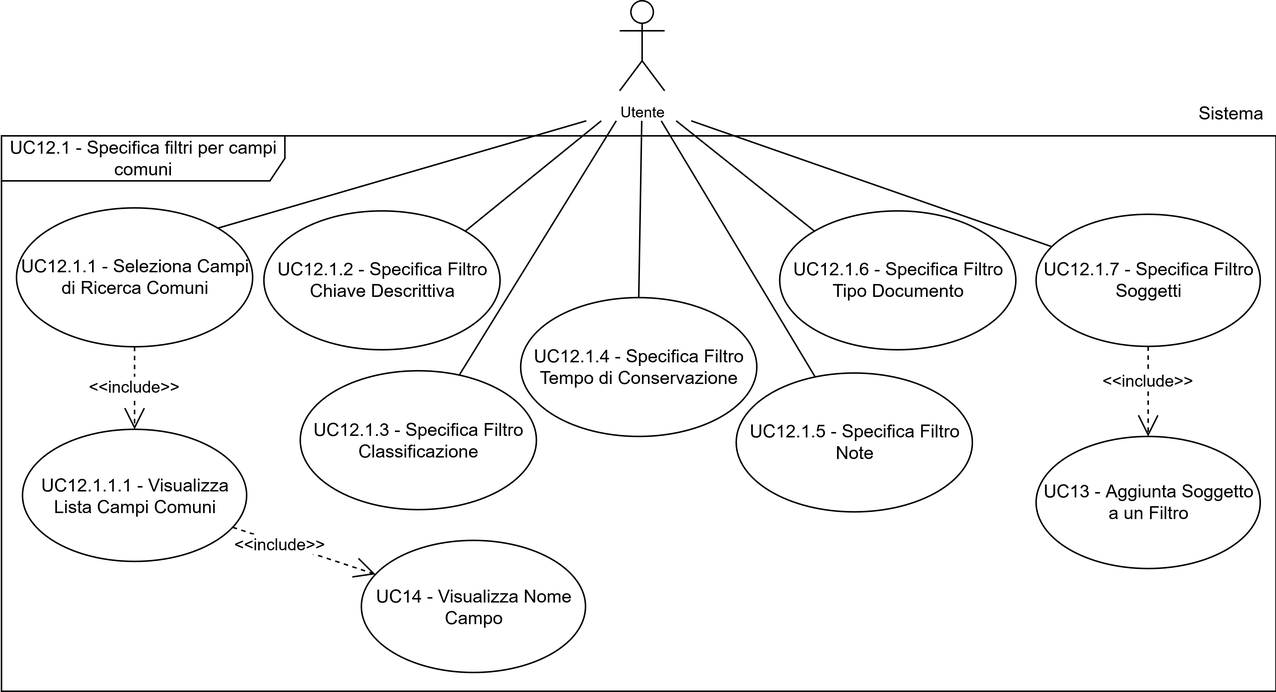
7-ZPUs/Docs keeps this draw.io diagram as assets/uml/UC12.1INC.png. Above is the earlier version. Source tidied: cells renumbered, new cells last; positions are measured from the earlier drawing's top-left corner, leaving out a move shared by most shapes. Its diagram source:
```xml
<mxGraphModel>
  <root>
    <mxCell id="0" />
    <mxCell id="1" parent="0" />
    <mxCell id="2" value="&lt;font style=&quot;font-size: 10px;&quot;&gt;Utente&lt;/font&gt;" style="shape=umlActor;verticalLabelPosition=bottom;verticalAlign=top;html=1;" parent="1" vertex="1">
      <mxGeometry x="412.8" width="30" height="60" as="geometry" />
    </mxCell>
    <mxCell id="3" value="UC12.1 - Specifica filtri per campi comuni" style="shape=umlFrame;whiteSpace=wrap;html=1;width=189;height=30;" parent="1" vertex="1">
      <mxGeometry x="0.5" y="90" width="850" height="370" as="geometry" />
    </mxCell>
    <mxCell id="4" style="rounded=0;jettySize=auto;html=1;entryX=1;entryY=0;entryDx=0;entryDy=0;strokeColor=default;endArrow=none;endFill=0;" parent="1" edge="1" target="9">
      <mxGeometry relative="1" as="geometry">
        <mxPoint x="390.5" y="80" as="sourcePoint" />
      </mxGeometry>
    </mxCell>
    <mxCell id="5" style="rounded=0;jettySize=auto;html=1;strokeColor=default;endArrow=none;endFill=0;entryX=0.669;entryY=0.043;entryDx=0;entryDy=0;entryPerimeter=0;" parent="1" edge="1" target="16">
      <mxGeometry relative="1" as="geometry">
        <mxPoint x="410.5" y="80" as="sourcePoint" />
      </mxGeometry>
    </mxCell>
    <mxCell id="6" style="rounded=0;jettySize=auto;html=1;strokeColor=default;endArrow=none;endFill=0;entryX=1;entryY=0;entryDx=0;entryDy=0;" parent="1" edge="1" target="10">
      <mxGeometry relative="1" as="geometry">
        <mxPoint x="400.5" y="80" as="sourcePoint" />
      </mxGeometry>
    </mxCell>
    <mxCell id="7" style="rounded=0;jettySize=auto;html=1;strokeColor=default;endArrow=none;endFill=0;entryX=0;entryY=0;entryDx=0;entryDy=0;" parent="1" edge="1" target="13">
      <mxGeometry relative="1" as="geometry">
        <mxPoint x="450.5" y="80" as="sourcePoint" />
      </mxGeometry>
    </mxCell>
    <mxCell id="8" style="rounded=0;jettySize=auto;html=1;strokeColor=default;endArrow=none;endFill=0;" parent="1" edge="1" target="12">
      <mxGeometry relative="1" as="geometry">
        <mxPoint x="440.5" y="80" as="sourcePoint" />
      </mxGeometry>
    </mxCell>
    <mxCell id="9" value="UC12.1.1 - Seleziona Campi di Ricerca Comuni" style="ellipse;whiteSpace=wrap;html=1;" parent="1" vertex="1">
      <mxGeometry x="10.5" y="138" width="157.5" height="92.5" as="geometry" />
    </mxCell>
    <mxCell id="10" value="UC12.1.2 - Specifica Filtro Chiave Descrittiva" style="ellipse;whiteSpace=wrap;html=1;" parent="1" vertex="1">
      <mxGeometry x="175.5" y="140" width="157.5" height="92.5" as="geometry" />
    </mxCell>
    <mxCell id="11" value="UC12.1.4 - Specifica Filtro Tempo di Conservazione" style="ellipse;whiteSpace=wrap;html=1;" parent="1" vertex="1">
      <mxGeometry x="346.8" y="197.8" width="157.5" height="92.5" as="geometry" />
    </mxCell>
    <mxCell id="12" value="UC12.1.5 - Specifica Filtro Note" style="ellipse;whiteSpace=wrap;html=1;" parent="1" vertex="1">
      <mxGeometry x="490.5" y="248" width="157.5" height="92.5" as="geometry" />
    </mxCell>
    <mxCell id="13" value="UC12.1.6 - Specifica Filtro Tipo Documento" style="ellipse;whiteSpace=wrap;html=1;" parent="1" vertex="1">
      <mxGeometry x="519.5" y="140" width="157.5" height="92.5" as="geometry" />
    </mxCell>
    <mxCell id="14" value="&lt;font style=&quot;font-size: 12px;&quot;&gt;Sistema&lt;/font&gt;" style="text;html=1;whiteSpace=wrap;strokeColor=none;fillColor=none;align=center;verticalAlign=middle;rounded=0;fontSize=10;" parent="1" vertex="1">
      <mxGeometry x="790.5" y="60" width="60" height="30" as="geometry" />
    </mxCell>
    <mxCell id="15" style="rounded=0;jettySize=auto;html=1;strokeColor=default;endArrow=none;endFill=0;entryX=0.5;entryY=0;entryDx=0;entryDy=0;" parent="1" edge="1" target="11">
      <mxGeometry relative="1" as="geometry">
        <mxPoint x="427.5" y="80" as="sourcePoint" />
      </mxGeometry>
    </mxCell>
    <mxCell id="16" value="UC12.1.3 - Specifica Filtro Classificazione" style="ellipse;whiteSpace=wrap;html=1;" parent="1" vertex="1">
      <mxGeometry x="199.8" y="246.5" width="157.5" height="92.5" as="geometry" />
    </mxCell>
    <mxCell id="17" style="rounded=0;jettySize=auto;html=1;endArrow=none;endFill=0;" parent="1" edge="1" source="18">
      <mxGeometry relative="1" as="geometry">
        <mxPoint x="460.5" y="80" as="targetPoint" />
      </mxGeometry>
    </mxCell>
    <mxCell id="18" value="UC12.1.7 - Specifica Filtro Soggetti" style="ellipse;whiteSpace=wrap;html=1;" parent="1" vertex="1">
      <mxGeometry x="690.5" y="142.2" width="149.5" height="88" as="geometry" />
    </mxCell>
    <mxCell id="19" value="UC12.1.1.1 - Visualizza Lista Campi Comuni" style="ellipse;whiteSpace=wrap;html=1;" parent="1" vertex="1">
      <mxGeometry x="14.5" y="285.5" width="149.5" height="88" as="geometry" />
    </mxCell>
    <mxCell id="20" value="&amp;lt;&amp;lt;include&amp;gt;&amp;gt;" style="endArrow=open;endSize=12;dashed=1;html=1;rounded=0;" parent="1" edge="1" source="9" target="19">
      <mxGeometry x="-0.05" relative="1" as="geometry" />
    </mxCell>
    <mxCell id="21" value="UC14 - Visualizza Nome Campo" style="ellipse;whiteSpace=wrap;html=1;" parent="1" vertex="1">
      <mxGeometry x="240.5" y="359.5" width="149.5" height="88" as="geometry" />
    </mxCell>
    <mxCell id="22" value="&amp;lt;&amp;lt;include&amp;gt;&amp;gt;" style="endArrow=open;endSize=12;dashed=1;html=1;rounded=0;" parent="1" edge="1" source="19" target="21">
      <mxGeometry x="-0.34" y="-1" relative="1" as="geometry" />
    </mxCell>
    <mxCell id="23" value="UC13 - Aggiunta Soggetto a un Filtro" style="ellipse;whiteSpace=wrap;html=1;" parent="1" vertex="1">
      <mxGeometry x="690.5" y="290.2" width="149.5" height="88" as="geometry" />
    </mxCell>
    <mxCell id="24" value="&amp;lt;&amp;lt;include&amp;gt;&amp;gt;" style="endArrow=open;endSize=12;dashed=1;html=1;rounded=0;" parent="1" edge="1" source="18" target="23">
      <mxGeometry x="-0.23" relative="1" as="geometry" />
    </mxCell>
  </root>
</mxGraphModel>
```
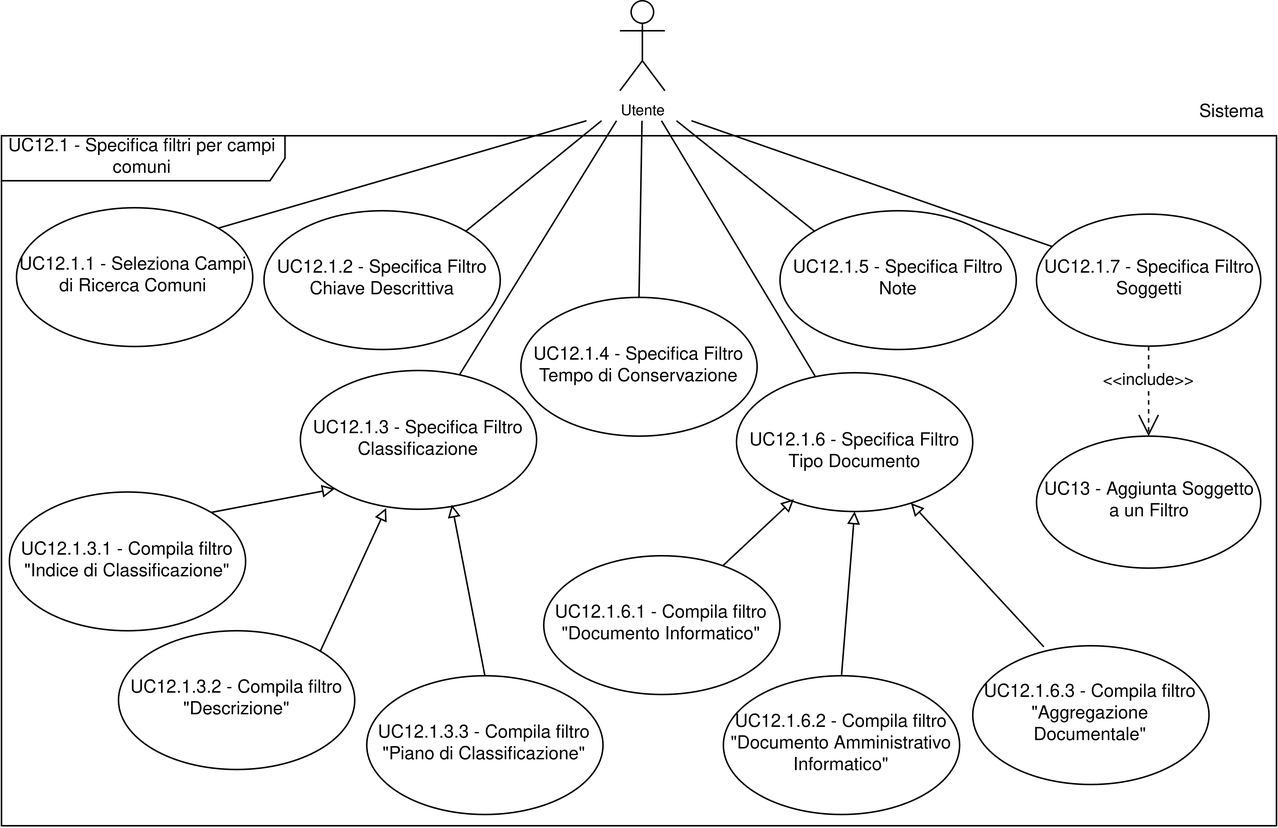
The same diagram one commit later.

What changed in the source:
```diff
@@ -6,7 +6,7 @@
       <mxGeometry x="412.8" width="30" height="60" as="geometry" />
     </mxCell>
     <mxCell id="3" value="UC12.1 - Specifica filtri per campi comuni" style="shape=umlFrame;whiteSpace=wrap;html=1;width=189;height=30;" parent="1" vertex="1">
-      <mxGeometry x="0.5" y="90" width="850" height="370" as="geometry" />
+      <mxGeometry x="0.5" y="90" width="850" height="460" as="geometry" />
     </mxCell>
     <mxCell id="4" style="rounded=0;jettySize=auto;html=1;entryX=1;entryY=0;entryDx=0;entryDy=0;strokeColor=default;endArrow=none;endFill=0;" parent="1" edge="1" target="9">
       <mxGeometry relative="1" as="geometry">
@@ -42,10 +42,10 @@
     <mxCell id="11" value="UC12.1.4 - Specifica Filtro Tempo di Conservazione" style="ellipse;whiteSpace=wrap;html=1;" parent="1" vertex="1">
       <mxGeometry x="346.8" y="197.8" width="157.5" height="92.5" as="geometry" />
     </mxCell>
-    <mxCell id="12" value="UC12.1.5 - Specifica Filtro Note" style="ellipse;whiteSpace=wrap;html=1;" parent="1" vertex="1">
+    <mxCell id="12" value="&lt;br&gt;UC12.1.6 - Specifica Filtro Tipo Documento" style="ellipse;whiteSpace=wrap;html=1;" parent="1" vertex="1">
       <mxGeometry x="490.5" y="248" width="157.5" height="92.5" as="geometry" />
     </mxCell>
-    <mxCell id="13" value="UC12.1.6 - Specifica Filtro Tipo Documento" style="ellipse;whiteSpace=wrap;html=1;" parent="1" vertex="1">
+    <mxCell id="13" value="UC12.1.5 - Specifica Filtro Note" style="ellipse;whiteSpace=wrap;html=1;" parent="1" vertex="1">
       <mxGeometry x="519.5" y="140" width="157.5" height="92.5" as="geometry" />
     </mxCell>
     <mxCell id="14" value="&lt;font style=&quot;font-size: 12px;&quot;&gt;Sistema&lt;/font&gt;" style="text;html=1;whiteSpace=wrap;strokeColor=none;fillColor=none;align=center;verticalAlign=middle;rounded=0;fontSize=10;" parent="1" vertex="1">
@@ -67,23 +67,47 @@
     <mxCell id="18" value="UC12.1.7 - Specifica Filtro Soggetti" style="ellipse;whiteSpace=wrap;html=1;" parent="1" vertex="1">
       <mxGeometry x="690.5" y="142.2" width="149.5" height="88" as="geometry" />
     </mxCell>
-    <mxCell id="19" value="UC12.1.1.1 - Visualizza Lista Campi Comuni" style="ellipse;whiteSpace=wrap;html=1;" parent="1" vertex="1">
-      <mxGeometry x="14.5" y="285.5" width="149.5" height="88" as="geometry" />
+    <mxCell id="19" value="UC13 - Aggiunta Soggetto a un Filtro" style="ellipse;whiteSpace=wrap;html=1;" parent="1" vertex="1">
+      <mxGeometry x="690.5" y="290.2" width="149.5" height="88" as="geometry" />
     </mxCell>
-    <mxCell id="20" value="&amp;lt;&amp;lt;include&amp;gt;&amp;gt;" style="endArrow=open;endSize=12;dashed=1;html=1;rounded=0;" parent="1" edge="1" source="9" target="19">
-      <mxGeometry x="-0.05" relative="1" as="geometry" />
+    <mxCell id="20" value="&amp;lt;&amp;lt;include&amp;gt;&amp;gt;" style="endArrow=open;endSize=12;dashed=1;html=1;rounded=0;" parent="1" edge="1" source="18" target="19">
+      <mxGeometry x="-0.23" relative="1" as="geometry" />
     </mxCell>
-    <mxCell id="21" value="UC14 - Visualizza Nome Campo" style="ellipse;whiteSpace=wrap;html=1;" parent="1" vertex="1">
-      <mxGeometry x="240.5" y="359.5" width="149.5" height="88" as="geometry" />
+    <mxCell id="21" value="UC12.1.3.1 - Compila filtro &quot;Indice di Classificazione&quot;" style="ellipse;whiteSpace=wrap;html=1;" parent="1" vertex="1">
+      <mxGeometry x="5.8" y="327.5" width="157.5" height="92.5" as="geometry" />
     </mxCell>
-    <mxCell id="22" value="&amp;lt;&amp;lt;include&amp;gt;&amp;gt;" style="endArrow=open;endSize=12;dashed=1;html=1;rounded=0;" parent="1" edge="1" source="19" target="21">
-      <mxGeometry x="-0.34" y="-1" relative="1" as="geometry" />
+    <mxCell id="22" value="UC12.1.3.2 - Compila filtro &quot;Descrizione&quot;" style="ellipse;whiteSpace=wrap;html=1;" parent="1" vertex="1">
+      <mxGeometry x="78.5" y="420" width="157.5" height="92.5" as="geometry" />
     </mxCell>
-    <mxCell id="23" value="UC13 - Aggiunta Soggetto a un Filtro" style="ellipse;whiteSpace=wrap;html=1;" parent="1" vertex="1">
-      <mxGeometry x="690.5" y="290.2" width="149.5" height="88" as="geometry" />
+    <mxCell id="23" value="UC12.1.3.3 - Compila filtro &quot;Piano di Classificazione&quot;" style="ellipse;whiteSpace=wrap;html=1;" parent="1" vertex="1">
+      <mxGeometry x="244" y="450" width="157.5" height="92.5" as="geometry" />
     </mxCell>
-    <mxCell id="24" value="&amp;lt;&amp;lt;include&amp;gt;&amp;gt;" style="endArrow=open;endSize=12;dashed=1;html=1;rounded=0;" parent="1" edge="1" source="18" target="23">
-      <mxGeometry x="-0.23" relative="1" as="geometry" />
+    <mxCell id="24" style="endArrow=block;html=1;rounded=0;exitX=1;exitY=0;exitDx=0;exitDy=0;entryX=0;entryY=1;entryDx=0;entryDy=0;endFill=0;" parent="1" edge="1" source="21" target="16">
+      <mxGeometry relative="1" as="geometry" />
     </mxCell>
+    <mxCell id="25" style="endArrow=block;html=1;rounded=0;exitX=1;exitY=0;exitDx=0;exitDy=0;entryX=0.363;entryY=0.991;entryDx=0;entryDy=0;entryPerimeter=0;endFill=0;" parent="1" edge="1" source="22" target="16">
+      <mxGeometry relative="1" as="geometry" />
+    </mxCell>
+    <mxCell id="26" style="endArrow=block;html=1;rounded=0;exitX=0.5;exitY=0;exitDx=0;exitDy=0;entryX=0.641;entryY=0.967;entryDx=0;entryDy=0;entryPerimeter=0;endFill=0;" parent="1" edge="1" source="23" target="16">
+      <mxGeometry relative="1" as="geometry" />
+    </mxCell>
+    <mxCell id="27" value="UC12.1.6.1 - Compila filtro &quot;Documento Informatico&quot;" style="ellipse;whiteSpace=wrap;html=1;" parent="1" vertex="1">
+      <mxGeometry x="362" y="370" width="157.5" height="92.5" as="geometry" />
+    </mxCell>
+    <mxCell id="28" value="UC12.1.6.2 - Compila filtro &quot;Documento Amministrativo Informatico&quot;" style="ellipse;whiteSpace=wrap;html=1;" parent="1" vertex="1">
+      <mxGeometry x="481.8" y="450" width="157.5" height="92.5" as="geometry" />
+    </mxCell>
+    <mxCell id="29" value="UC12.1.6.3 - Compila filtro &quot;Aggregazione Documentale&quot;" style="ellipse;whiteSpace=wrap;html=1;" parent="1" vertex="1">
+      <mxGeometry x="648" y="430" width="157.5" height="92.5" as="geometry" />
+    </mxCell>
+    <mxCell id="30" style="endArrow=block;html=1;rounded=0;exitX=0.301;exitY=0.008;exitDx=0;exitDy=0;endFill=0;exitPerimeter=0;" parent="1" edge="1" source="29" target="12">
+      <mxGeometry relative="1" as="geometry" />
+    </mxCell>
+    <mxCell id="31" style="endArrow=block;html=1;rounded=0;exitX=0.5;exitY=0;exitDx=0;exitDy=0;entryX=0.5;entryY=1;entryDx=0;entryDy=0;endFill=0;" parent="1" edge="1" source="28" target="12">
+      <mxGeometry relative="1" as="geometry" />
+    </mxCell>
+    <mxCell id="32" style="endArrow=block;html=1;rounded=0;exitX=0.758;exitY=0.072;exitDx=0;exitDy=0;entryX=0.243;entryY=0.911;entryDx=0;entryDy=0;entryPerimeter=0;endFill=0;exitPerimeter=0;" parent="1" edge="1" source="27" target="12">
+      <mxGeometry relative="1" as="geometry" />
+    </mxCell>
   </root>
 </mxGraphModel>
```
